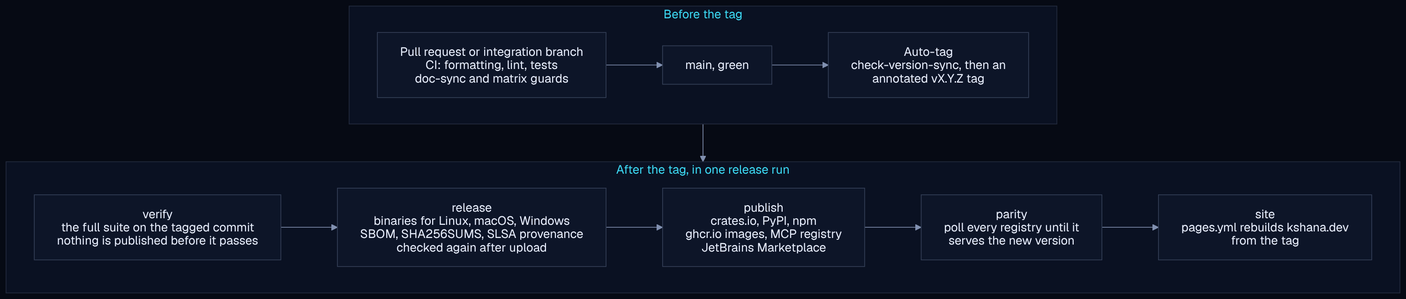
Earlier version of the Mermaid export docs/assets/diagrams/release-flow.png (ashfordeOU/kshana). Its source is kept beside it as docs/diagrams/release-flow.mmd.
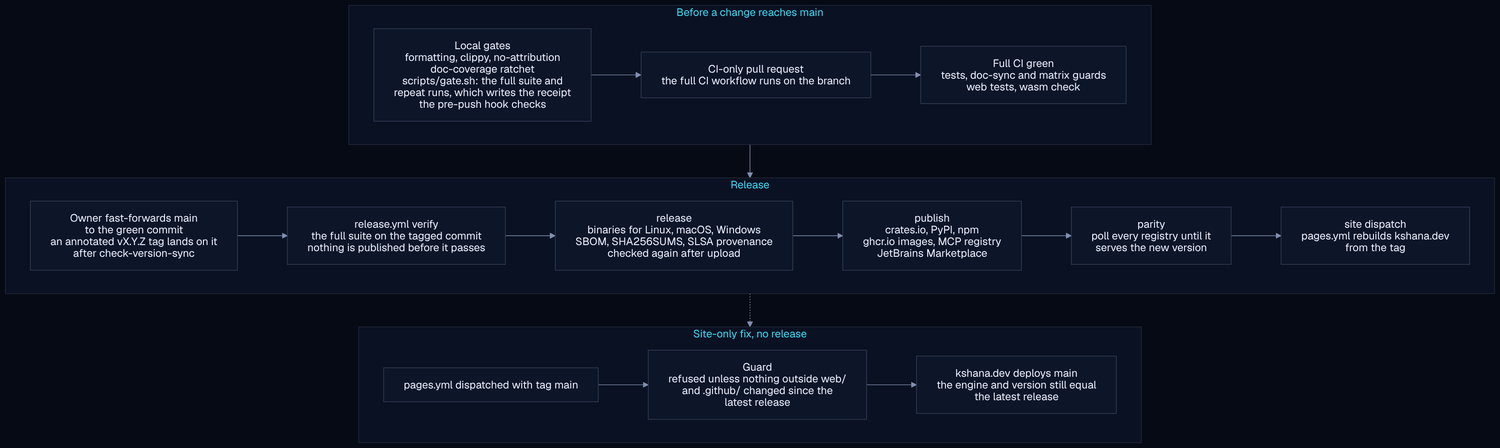
After the change.

The edit, as a diff of the source:
```diff
@@ -1,14 +1,21 @@
 flowchart TB
-    subgraph A["Before the tag"]
+    subgraph A["Before a change reaches main"]
         direction LR
-        PR["Pull request or integration branch<br/>CI: formatting, lint, tests<br/>doc-sync and matrix guards"] --> MAIN["main, green"]
-        MAIN --> TAG["Auto-tag<br/>check-version-sync, then an<br/>annotated vX.Y.Z tag"]
+        LOC["Local gates<br/>formatting, clippy, no-attribution<br/>doc-coverage ratchet<br/>scripts/gate.sh: the full suite and<br/>repeat runs, which writes the receipt<br/>the pre-push hook checks"] --> PR["CI-only pull request<br/>the full CI workflow runs on the branch"]
+        PR --> CI["Full CI green<br/>tests, doc-sync and matrix guards<br/>web tests, wasm check"]
     end
-    subgraph B["After the tag, in one release run"]
+    subgraph B["Release"]
         direction LR
-        VER["verify<br/>the full suite on the tagged commit<br/>nothing is published before it passes"] --> REL["release<br/>binaries for Linux, macOS, Windows<br/>SBOM, SHA256SUMS, SLSA provenance<br/>checked again after upload"]
+        FF["Owner fast-forwards main<br/>to the green commit<br/>an annotated vX.Y.Z tag lands on it<br/>after check-version-sync"] --> VER["release.yml verify<br/>the full suite on the tagged commit<br/>nothing is published before it passes"]
+        VER --> REL["release<br/>binaries for Linux, macOS, Windows<br/>SBOM, SHA256SUMS, SLSA provenance<br/>checked again after upload"]
         REL --> PUB["publish<br/>crates.io, PyPI, npm<br/>ghcr.io images, MCP registry<br/>JetBrains Marketplace"]
         PUB --> PAR["parity<br/>poll every registry until it<br/>serves the new version"]
-        PAR --> SITE["site<br/>pages.yml rebuilds kshana.dev<br/>from the tag"]
+        PAR --> SITE["site dispatch<br/>pages.yml rebuilds kshana.dev<br/>from the tag"]
+    end
+    subgraph C["Site-only fix, no release"]
+        direction LR
+        MAINDEP["pages.yml dispatched with tag main"] --> GUARD["Guard<br/>refused unless nothing outside web/<br/>and .github/ changed since the<br/>latest release"]
+        GUARD --> LIVE["kshana.dev deploys main<br/>the engine and version still equal<br/>the latest release"]
     end
     A --> B
+    B -.-> C
```
